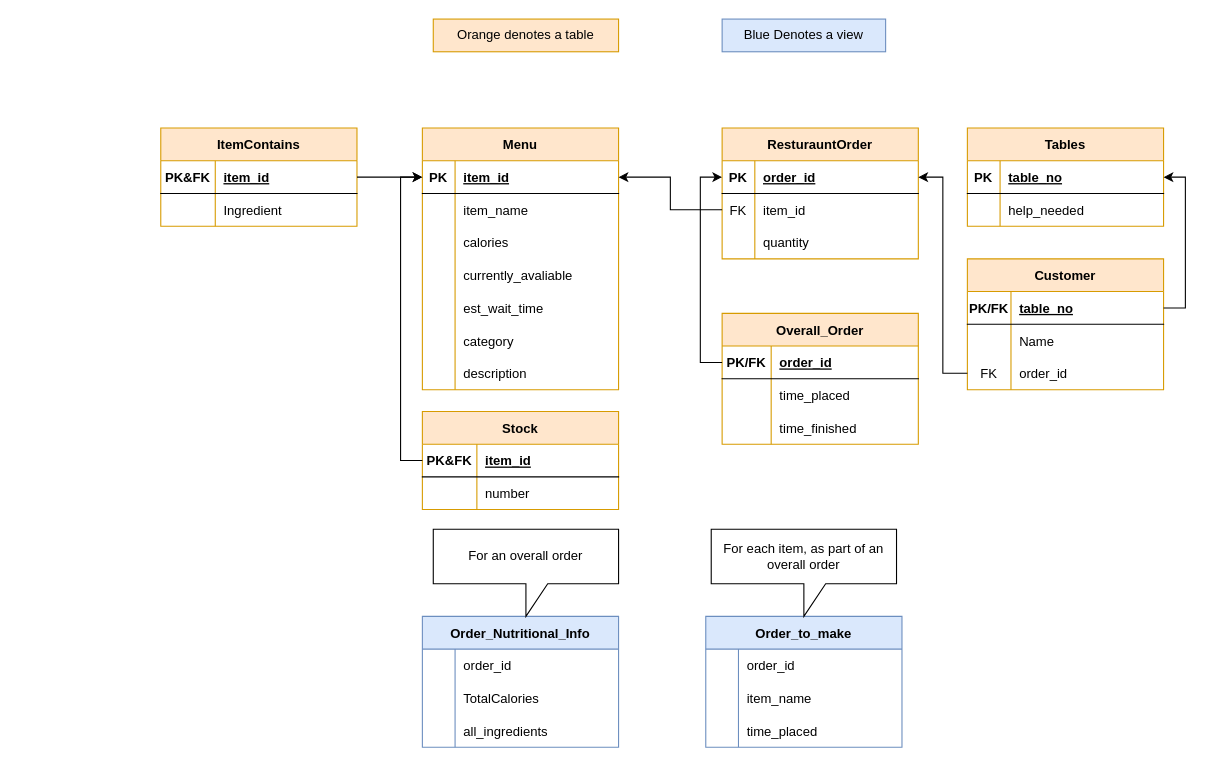
Before: SQLDatabase/Diagrams/DrawIOSchema.drawio in mattyblackout/cs2815-project, a draw.io diagram. Source tidied: cells renumbered, new cells numbered last; positions are measured from the earlier drawing's top-left corner, leaving out a move shared by most shapes. Both pictures are drawn from the tidied source at 109%, with x=0, y=0 at pixel (160, 19).
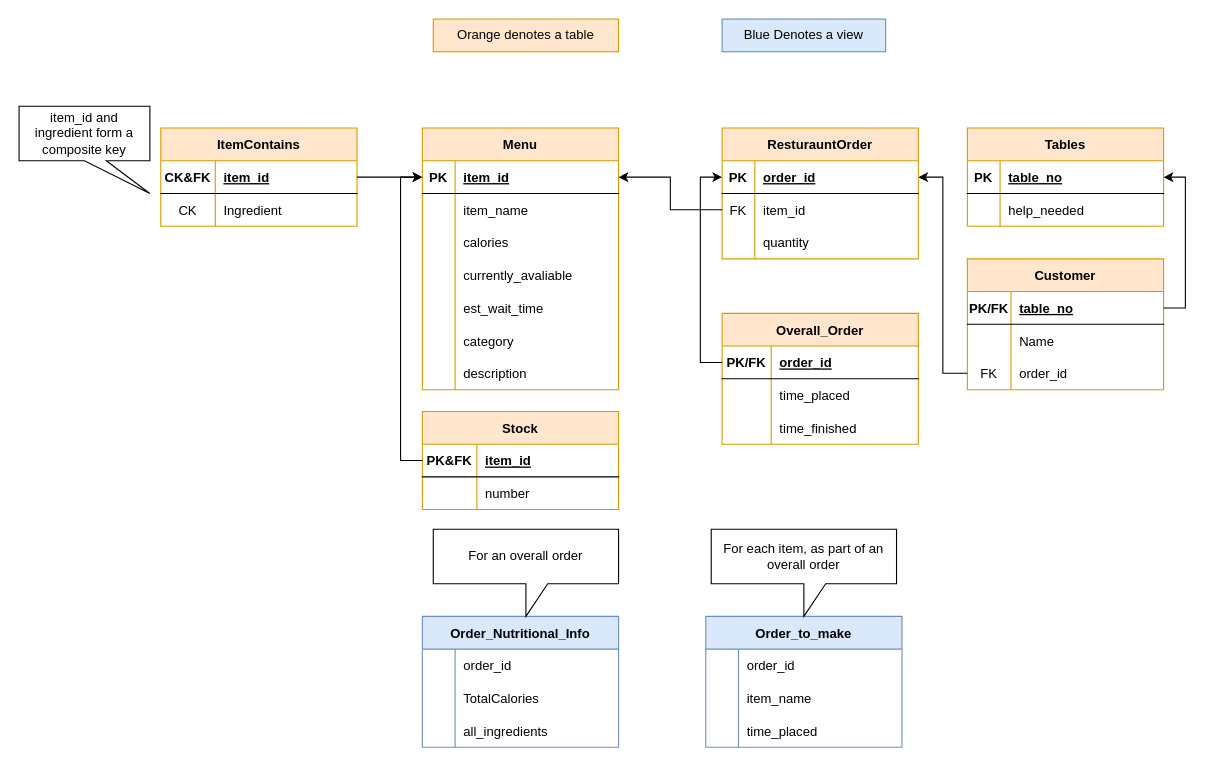
The same page after the edit.

Commit message (it also covers changes not shown here):
Typo was corrected and primary key was changed to be a composite key under ItemContains

Unchanged cells that the change refers to:
```xml
<mxCell id="98" style="shape=tableRow;horizontal=0;startSize=0;swimlaneHead=0;swimlaneBody=0;fillColor=none;points=[[0,0.5],[1,0.5]];portConstraint=eastwest;top=0;left=0;right=0;bottom=1;" parent="97" vertex="1">
  <mxGeometry y="30" width="180" height="30" as="geometry" />
</mxCell>
<mxCell id="101" style="shape=tableRow;horizontal=0;startSize=0;swimlaneHead=0;swimlaneBody=0;fillColor=none;top=0;left=0;right=0;bottom=0;" parent="97" vertex="1">
  <mxGeometry y="60" width="180" height="30" as="geometry" />
</mxCell>
```

The edit, as a diff of the source:
```diff
@@
-    <mxCell id="99" value="PK&amp;FK" style="shape=partialRectangle;fillColor=none;top=0;left=0;bottom=0;right=0;fontStyle=1;overflow=hidden;" parent="98" vertex="1">
+    <mxCell id="99" value="CK&amp;FK" style="shape=partialRectangle;fillColor=none;top=0;left=0;bottom=0;right=0;fontStyle=1;overflow=hidden;" parent="98" vertex="1">
       <mxGeometry width="50" height="30" as="geometry" />
     </mxCell>
@@
-    <mxCell id="102" style="shape=partialRectangle;fillColor=none;top=0;left=0;bottom=0;right=0;overflow=hidden;" parent="101" vertex="1">
+    <mxCell id="102" value="CK" style="shape=partialRectangle;fillColor=none;top=0;left=0;bottom=0;right=0;overflow=hidden;" parent="101" vertex="1">
       <mxGeometry width="50" height="30" as="geometry" />
     </mxCell>
@@
+    <mxCell id="105" value="item_id and ingredient form a composite key" style="shape=callout;whiteSpace=wrap;html=1;perimeter=calloutPerimeter;position2=1;" parent="1" vertex="1">
+      <mxGeometry x="-130" y="80" width="120" height="80" as="geometry" />
+    </mxCell>
```
